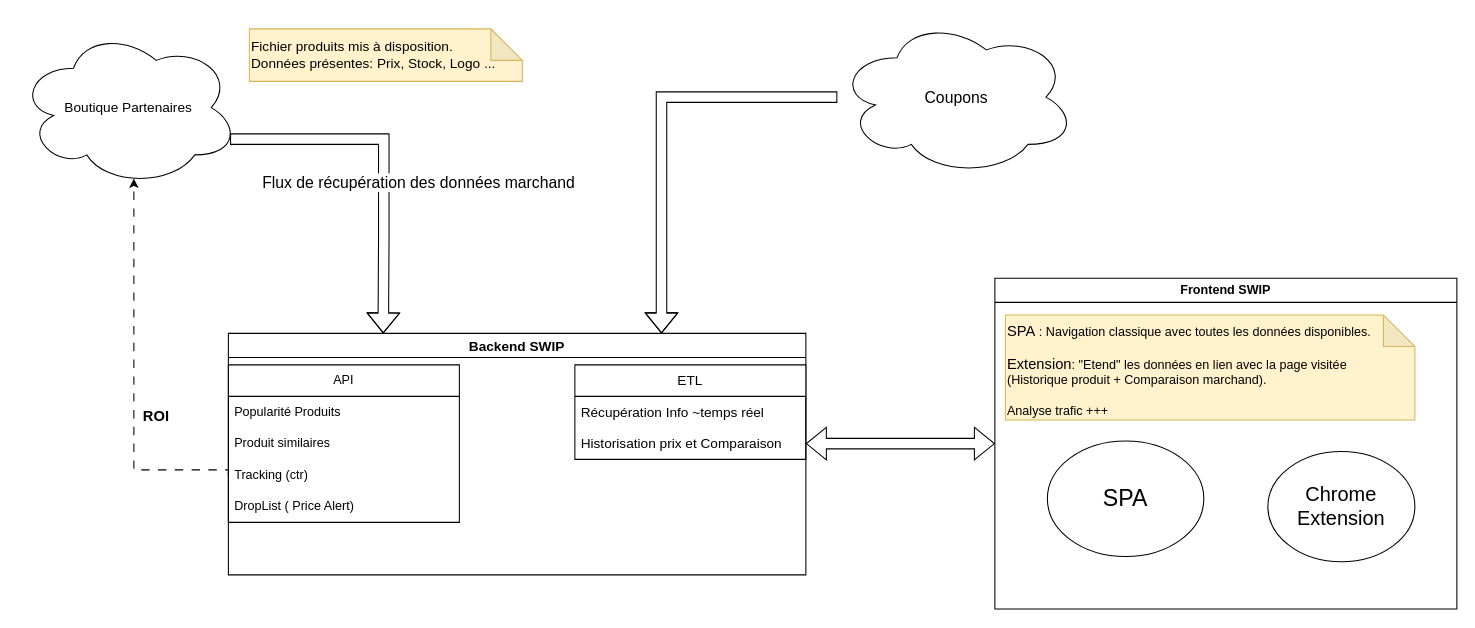
backyboy/diagrams keeps this draw.io diagram as SWIP.drawio. Above is the earlier version. Source tidied: cells renumbered, new cells numbered last; positions are measured from the earlier drawing's top-left corner, leaving out a move shared by most shapes. Both pictures are drawn from the tidied source at 105%, with x=0, y=0 at pixel (18, 18).
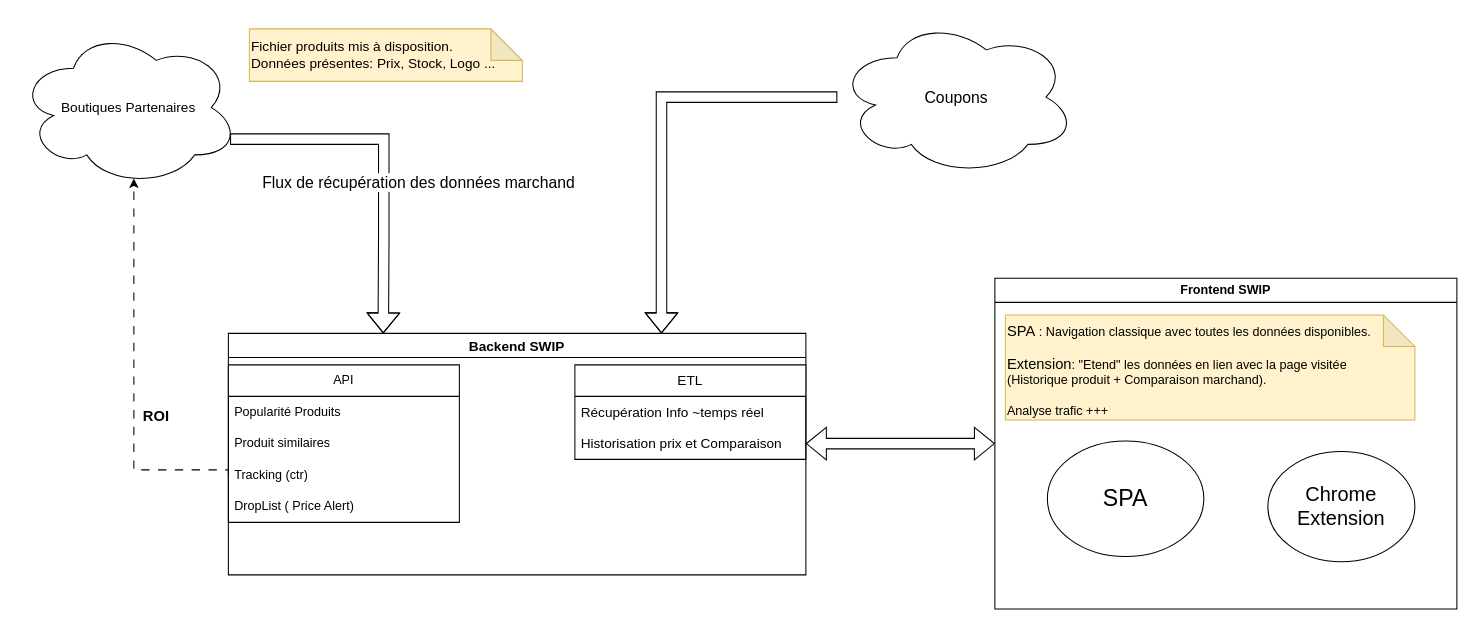
After the change.

Commit message:
Mettre à jour SWIP.drawio

Diff of the diagram source:
```diff
@@
-    <mxCell id="4" value="Boutique Partenaires" style="ellipse;shape=cloud;whiteSpace=wrap;html=1;fontSize=13;" parent="1" vertex="1">
+    <mxCell id="4" value="Boutiques Partenaires" style="ellipse;shape=cloud;whiteSpace=wrap;html=1;fontSize=13;" parent="1" vertex="1">
       <mxGeometry y="10" width="210" height="150" as="geometry" />
     </mxCell>
```
